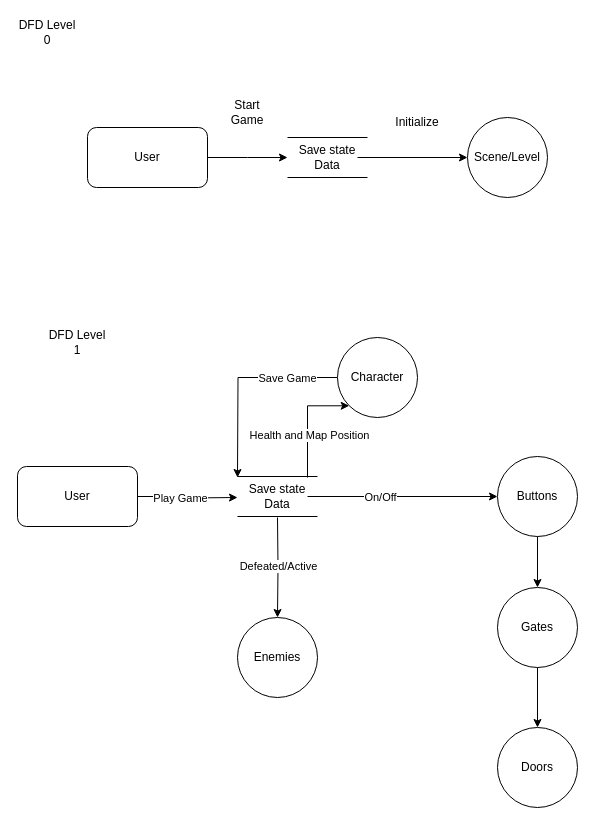
jgharrison1/Logical-Gate keeps this draw.io diagram as Drawio Files/DataFlow Diagram.drawio. Above is the earlier version. Source tidied: cells renumbered, new cells numbered last; positions are measured from the earlier drawing's top-left corner, leaving out a move shared by most shapes. Both pictures are drawn from the tidied source at 100%, with x=0, y=0 at pixel (17, 17).
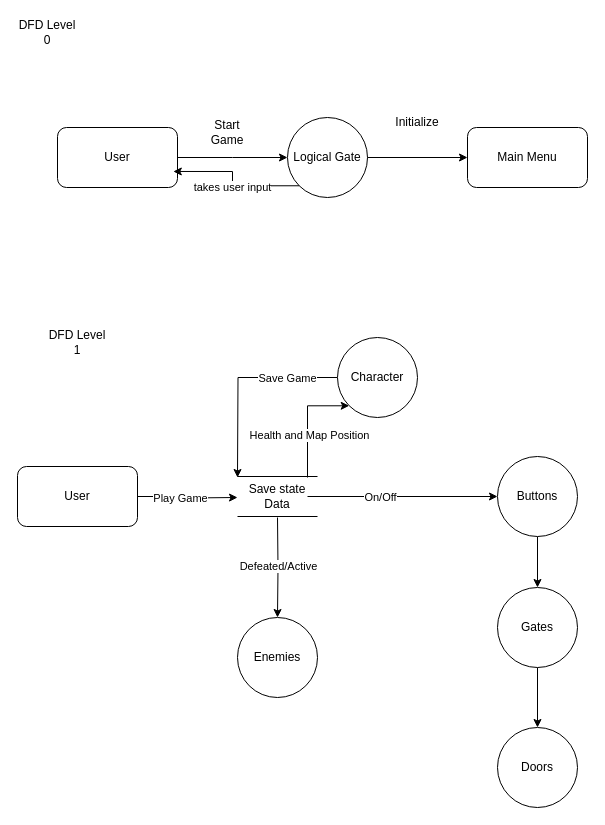
The same diagram, later.

Diff of the diagram source:
```diff
@@
     <mxCell id="3" value="User" style="rounded=1;whiteSpace=wrap;html=1;" parent="1" vertex="1">
-      <mxGeometry x="70" y="110" width="120" height="60" as="geometry" />
+      <mxGeometry x="40" y="110" width="120" height="60" as="geometry" />
     </mxCell>
-    <mxCell id="4" style="endArrow=none;html=1;rounded=0;" parent="1" edge="1">
-      <mxGeometry relative="1" as="geometry">
-        <mxPoint x="270" y="160" as="sourcePoint" />
-        <mxPoint x="350" y="160" as="targetPoint" />
-      </mxGeometry>
-    </mxCell>
-    <mxCell id="5" style="endArrow=none;html=1;rounded=0;" parent="1" edge="1">
-      <mxGeometry relative="1" as="geometry">
-        <mxPoint x="270" y="120" as="sourcePoint" />
-        <mxPoint x="350" y="120" as="targetPoint" />
-      </mxGeometry>
-    </mxCell>
-    <mxCell id="6" style="edgeStyle=orthogonalEdgeStyle;rounded=0;jettySize=auto;html=1;entryX=0;entryY=0.5;entryDx=0;entryDy=0;" parent="1" edge="1" source="7" target="8">
-      <mxGeometry relative="1" as="geometry" />
+    <mxCell id="6" style="edgeStyle=orthogonalEdgeStyle;rounded=0;orthogonalLoop=1;jettySize=auto;html=1;entryX=0;entryY=0.5;entryDx=0;entryDy=0;" parent="1" edge="1">
+      <mxGeometry relative="1" as="geometry">
+        <mxPoint x="340" y="140" as="sourcePoint" />
+        <mxPoint x="450" y="140" as="targetPoint" />
+      </mxGeometry>
     </mxCell>
-    <mxCell id="7" value="Save state Data" style="text;html=1;align=center;verticalAlign=middle;whiteSpace=wrap;rounded=0;" parent="1" vertex="1">
-      <mxGeometry x="280" y="130" width="60" height="20" as="geometry" />
-    </mxCell>
-    <mxCell id="8" value="Scene/Level" style="ellipse;whiteSpace=wrap;html=1;" parent="1" vertex="1">
-      <mxGeometry x="450" y="100" width="80" height="80" as="geometry" />
-    </mxCell>
     <mxCell id="9" value="Start Game" style="text;html=1;align=center;verticalAlign=middle;whiteSpace=wrap;rounded=0;" parent="1" vertex="1">
-      <mxGeometry x="200" y="80" width="60" height="30" as="geometry" />
+      <mxGeometry x="180" y="100" width="60" height="30" as="geometry" />
     </mxCell>
@@
+    <mxCell id="34" value="Logical Gate" style="ellipse;whiteSpace=wrap;html=1;" parent="1" vertex="1">
+      <mxGeometry x="270" y="100" width="80" height="80" as="geometry" />
+    </mxCell>
+    <mxCell id="35" value="Main Menu" style="rounded=1;whiteSpace=wrap;html=1;" parent="1" vertex="1">
+      <mxGeometry x="450" y="110" width="120" height="60" as="geometry" />
+    </mxCell>
+    <mxCell id="36" style="edgeStyle=orthogonalEdgeStyle;rounded=0;jettySize=auto;html=1;exitX=0;exitY=1;exitDx=0;exitDy=0;entryX=0.965;entryY=0.733;entryDx=0;entryDy=0;entryPerimeter=0;" parent="1" edge="1" source="34" target="3">
+      <mxGeometry relative="1" as="geometry" />
+    </mxCell>
+    <mxCell id="37" value="takes user input" style="edgeLabel;html=1;align=center;verticalAlign=middle;" parent="36" vertex="1">
+      <mxGeometry x="0.19" y="1" relative="1" as="geometry">
+        <mxPoint x="1" y="15" as="offset" />
+      </mxGeometry>
+    </mxCell>
```
